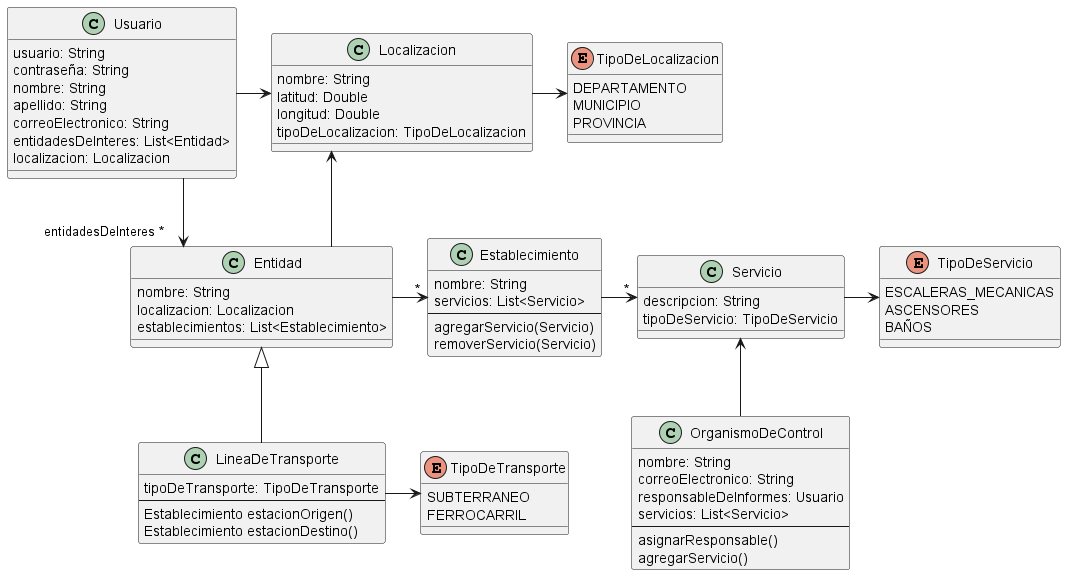
Above: docs/entrega-2/png/TPA2-Clases.png in ValenAquino/tp-dds-2023 (PlantUML), before the change.
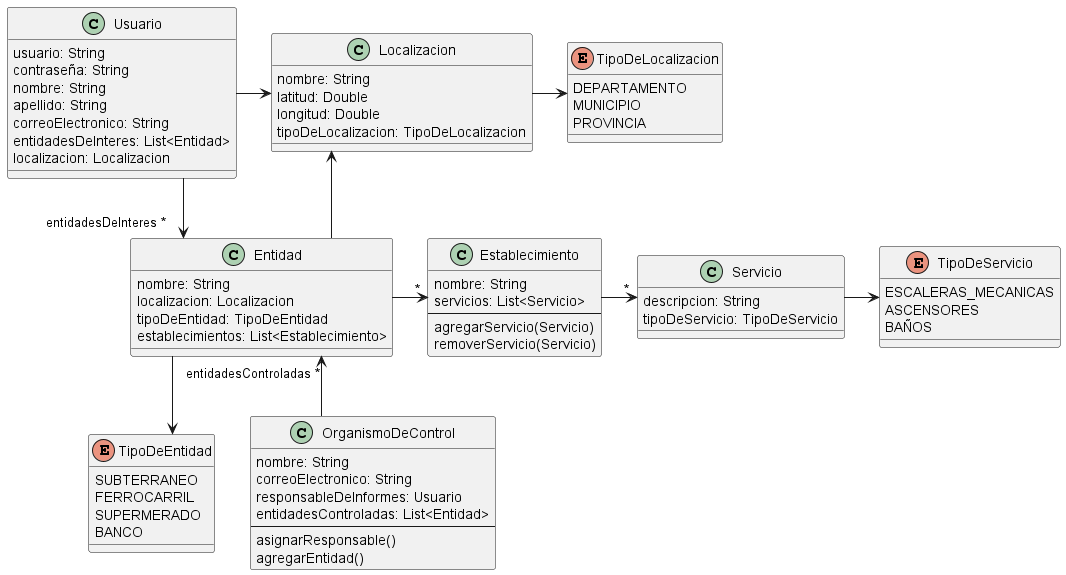
The same diagram one commit later.

Commit message:
chore(clases): actualizar png de diagrama y corregir nombre de metodo

Change to the diagram source:
```diff
@@ -4,6 +4,7 @@
 class Entidad {
   nombre: String
   localizacion: Localizacion
+  tipoDeEntidad: TipoDeEntidad
   establecimientos: List<Establecimiento>
 }
 
@@ -26,16 +27,11 @@
   BAÑOS
 }
 
-class LineaDeTransporte {
-  tipoDeTransporte: TipoDeTransporte
-  --
-  Establecimiento estacionOrigen()
-  Establecimiento estacionDestino()
-}
-
-enum TipoDeTransporte {
+enum TipoDeEntidad {
   SUBTERRANEO
   FERROCARRIL
+  SUPERMERADO
+  BANCO
 }
 
 class Usuario {
@@ -65,22 +61,21 @@
   nombre: String
   correoElectronico: String
   responsableDeInformes: Usuario
-  servicios: List<Servicio>
+  entidadesControladas: List<Entidad>
   --
   asignarResponsable()
-  agregarServicio()
+  agregarEntidad()
 }
 
 Entidad ->"*" Establecimiento
+Entidad --> TipoDeEntidad
 Establecimiento ->"*" Servicio
 Servicio -> TipoDeServicio
-Entidad <|-- LineaDeTransporte
-LineaDeTransporte -> TipoDeTransporte
 Usuario -->"entidadesDeInteres *" Entidad
 Usuario -> Localizacion
 Localizacion <- Entidad
 Localizacion -> TipoDeLocalizacion
-Servicio <-- OrganismoDeControl
+Entidad "entidadesControladas *"<-- OrganismoDeControl
 
 
 @enduml
```
